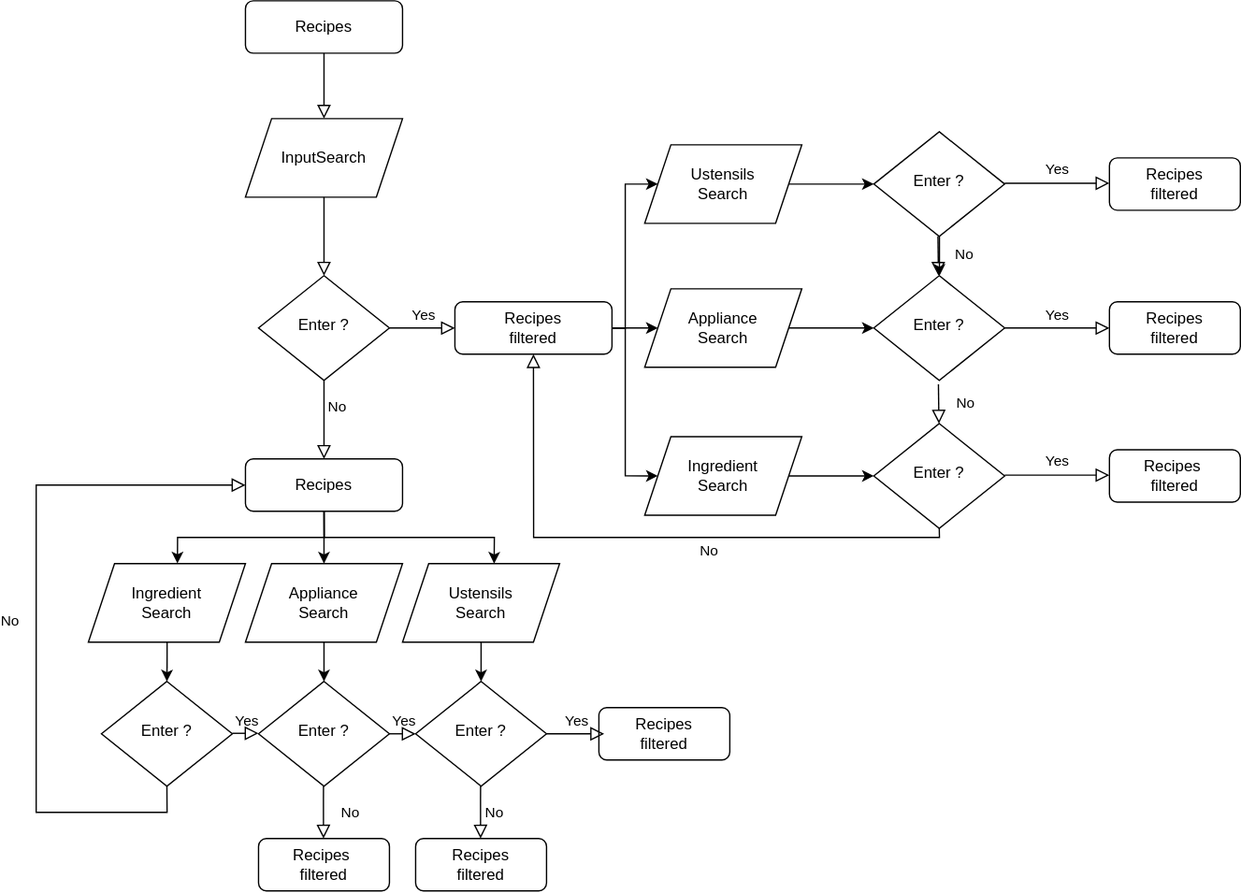
This is P7algorigram.svg from jsr029/Rakotonirina_JeanSebastien_7_18122021, a draw.io export, as it was before one commit. Source tidied: cells renumbered, new cells last; positions are measured from the earlier drawing's top-left corner, leaving out a move shared by most shapes.
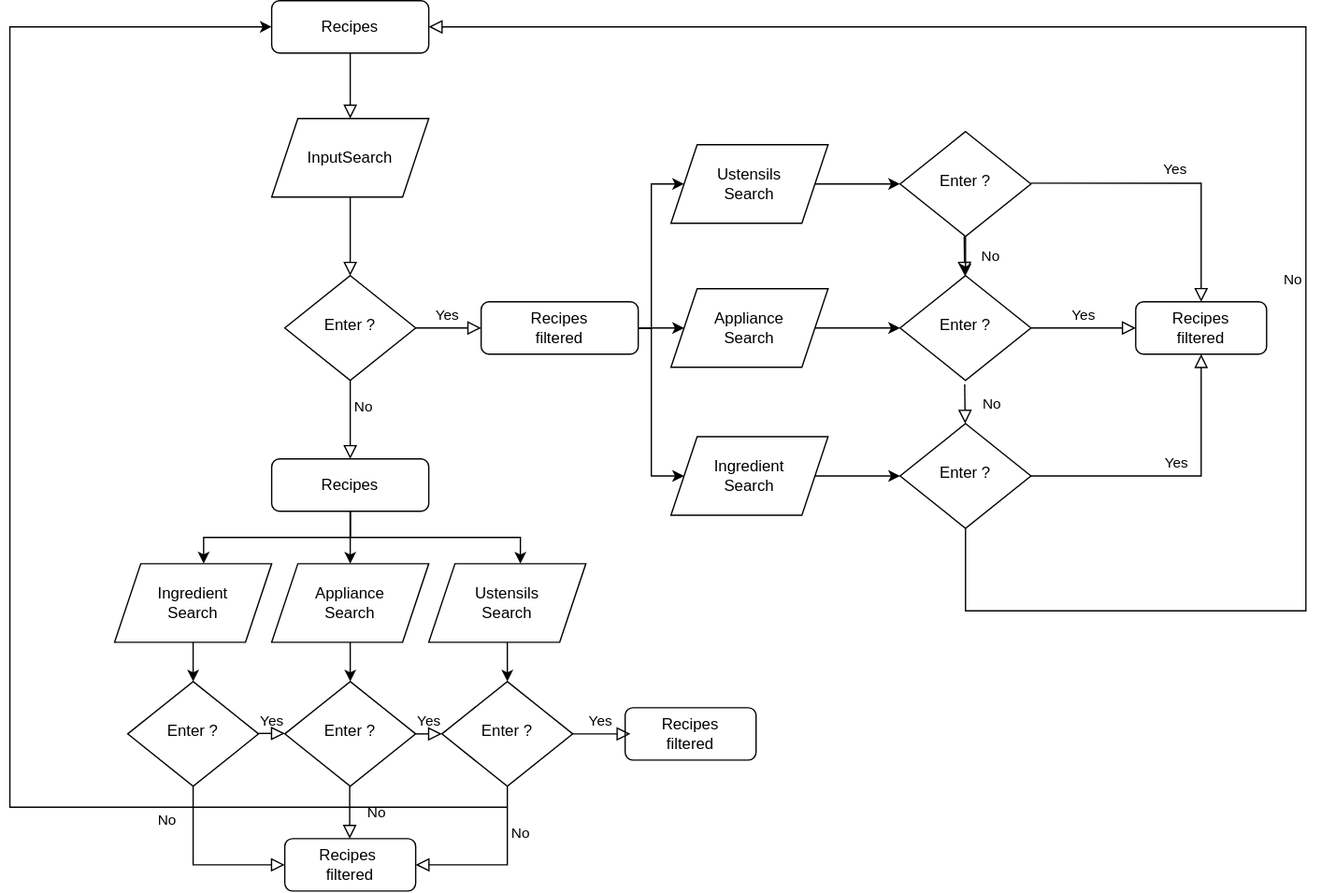
Above is the later version.

What changed in the source:
```diff
@@ -84,15 +84,6 @@
     <mxCell id="25" value="Enter ?" style="rhombus;whiteSpace=wrap;html=1;shadow=0;fontFamily=Helvetica;fontSize=12;align=center;strokeWidth=1;spacing=6;spacingTop=-4;" parent="1" vertex="1">
       <mxGeometry x="290" y="520" width="100" height="80" as="geometry" />
     </mxCell>
-    <mxCell id="26" value="No" style="edgeStyle=orthogonalEdgeStyle;rounded=0;html=1;jettySize=auto;fontSize=11;endArrow=block;endFill=0;endSize=8;strokeWidth=1;shadow=0;labelBackgroundColor=none;exitX=0.5;exitY=1;exitDx=0;exitDy=0;entryX=0;entryY=0.5;entryDx=0;entryDy=0;" parent="1" edge="1" source="23" target="10">
-      <mxGeometry y="20" relative="1" as="geometry">
-        <Array as="points">
-          <mxPoint x="100" y="620" />
-          <mxPoint y="620" />
-          <mxPoint y="370" />
-        </Array>
-      </mxGeometry>
-    </mxCell>
     <mxCell id="27" value="Recipes&amp;nbsp;&lt;br&gt;filtered" style="rounded=1;whiteSpace=wrap;html=1;fontSize=12;glass=0;strokeWidth=1;shadow=0;" parent="1" vertex="1">
       <mxGeometry x="170" y="640" width="100" height="40" as="geometry" />
     </mxCell>
@@ -106,16 +97,10 @@
         </Array>
       </mxGeometry>
     </mxCell>
-    <mxCell id="29" value="Recipes&lt;br&gt;filtered" style="rounded=1;whiteSpace=wrap;html=1;fontSize=12;glass=0;strokeWidth=1;shadow=0;" parent="1" vertex="1">
-      <mxGeometry x="290" y="640" width="100" height="40" as="geometry" />
-    </mxCell>
-    <mxCell id="30" value="No" style="edgeStyle=orthogonalEdgeStyle;rounded=0;html=1;jettySize=auto;orthogonalLoop=1;fontSize=11;endArrow=block;endFill=0;endSize=8;strokeWidth=1;shadow=0;labelBackgroundColor=none;exitX=0.5;exitY=1;exitDx=0;exitDy=0;entryX=0.5;entryY=0;entryDx=0;entryDy=0;" parent="1" edge="1">
-      <mxGeometry y="10" relative="1" as="geometry">
-        <mxPoint x="339.6" y="600" as="sourcePoint" />
-        <mxPoint x="339.6" y="640" as="targetPoint" />
+    <mxCell id="30" value="No" style="edgeStyle=orthogonalEdgeStyle;rounded=0;html=1;jettySize=auto;fontSize=11;endArrow=block;endFill=0;endSize=8;strokeWidth=1;shadow=0;labelBackgroundColor=none;exitX=0.5;exitY=1;exitDx=0;exitDy=0;entryX=1;entryY=0.5;entryDx=0;entryDy=0;" parent="1" edge="1" source="25" target="27">
+      <mxGeometry x="-0.45" y="10" relative="1" as="geometry">
         <Array as="points">
-          <mxPoint x="339.6" y="610" />
-          <mxPoint x="339.6" y="610" />
+          <mxPoint x="340" y="660" />
         </Array>
       </mxGeometry>
     </mxCell>
@@ -166,17 +151,15 @@
     <mxCell id="44" value="Enter ?" style="rhombus;whiteSpace=wrap;html=1;shadow=0;fontFamily=Helvetica;fontSize=12;align=center;strokeWidth=1;spacing=6;spacingTop=-4;" parent="1" vertex="1">
       <mxGeometry x="640" y="100" width="100" height="80" as="geometry" />
     </mxCell>
-    <mxCell id="45" value="No" style="edgeStyle=orthogonalEdgeStyle;rounded=0;html=1;jettySize=auto;fontSize=11;endArrow=block;endFill=0;endSize=8;strokeWidth=1;shadow=0;labelBackgroundColor=none;exitX=0.5;exitY=1;exitDx=0;exitDy=0;entryX=0.5;entryY=1;entryDx=0;entryDy=0;" parent="1" edge="1" source="41" target="14">
+    <mxCell id="45" value="No" style="edgeStyle=orthogonalEdgeStyle;rounded=0;html=1;jettySize=auto;fontSize=11;endArrow=block;endFill=0;endSize=8;strokeWidth=1;shadow=0;labelBackgroundColor=none;exitX=0.5;exitY=1;exitDx=0;exitDy=0;entryX=1;entryY=0.5;entryDx=0;entryDy=0;" parent="1" edge="1" source="41" target="3">
       <mxGeometry x="-0.2" y="10" relative="1" as="geometry">
         <Array as="points">
-          <mxPoint x="690" y="410" />
-          <mxPoint x="380" y="410" />
+          <mxPoint x="690" y="466" />
+          <mxPoint x="950" y="466" />
+          <mxPoint x="950" y="20" />
         </Array>
       </mxGeometry>
     </mxCell>
-    <mxCell id="46" value="Recipes&amp;nbsp;&lt;br&gt;filtered" style="rounded=1;whiteSpace=wrap;html=1;fontSize=12;glass=0;strokeWidth=1;shadow=0;" parent="1" vertex="1">
-      <mxGeometry x="820" y="343" width="100" height="40" as="geometry" />
-    </mxCell>
     <mxCell id="47" value="No" style="edgeStyle=orthogonalEdgeStyle;rounded=0;html=1;jettySize=auto;orthogonalLoop=1;fontSize=11;endArrow=block;endFill=0;endSize=8;strokeWidth=1;shadow=0;labelBackgroundColor=none;entryX=0.5;entryY=0;entryDx=0;entryDy=0;" parent="1" edge="1">
       <mxGeometry y="20" relative="1" as="geometry">
         <mxPoint x="689" y="180" as="sourcePoint" />
@@ -193,9 +176,6 @@
     <mxCell id="49" value="Yes" style="edgeStyle=orthogonalEdgeStyle;rounded=0;html=1;jettySize=auto;fontSize=11;endArrow=block;endFill=0;endSize=8;strokeWidth=1;shadow=0;labelBackgroundColor=none;exitX=1;exitY=0.5;exitDx=0;exitDy=0;" parent="1" edge="1" source="42" target="48">
       <mxGeometry y="10" relative="1" as="geometry" />
     </mxCell>
-    <mxCell id="50" value="Recipes&lt;br&gt;filtered" style="rounded=1;whiteSpace=wrap;html=1;fontSize=12;glass=0;strokeWidth=1;shadow=0;" parent="1" vertex="1">
-      <mxGeometry x="820" y="120" width="100" height="40" as="geometry" />
-    </mxCell>
     <mxCell id="51" value="No" style="edgeStyle=orthogonalEdgeStyle;rounded=0;html=1;jettySize=auto;orthogonalLoop=1;fontSize=11;endArrow=block;endFill=0;endSize=8;strokeWidth=1;shadow=0;labelBackgroundColor=none;entryX=0.5;entryY=0;entryDx=0;entryDy=0;" parent="1" edge="1">
       <mxGeometry y="20" relative="1" as="geometry">
         <mxPoint x="689.4" y="293" as="sourcePoint" />
@@ -206,17 +186,30 @@
         </Array>
       </mxGeometry>
     </mxCell>
-    <mxCell id="52" value="Yes" style="edgeStyle=orthogonalEdgeStyle;rounded=0;html=1;jettySize=auto;orthogonalLoop=1;fontSize=11;endArrow=block;endFill=0;endSize=8;strokeWidth=1;shadow=0;labelBackgroundColor=none;exitX=1;exitY=0.5;exitDx=0;exitDy=0;" parent="1" edge="1">
-      <mxGeometry y="10" relative="1" as="geometry">
-        <mxPoint x="740" y="362.4" as="sourcePoint" />
-        <mxPoint x="820" y="362.4" as="targetPoint" />
-      </mxGeometry>
+    <mxCell id="52" value="Yes" style="edgeStyle=orthogonalEdgeStyle;rounded=0;html=1;jettySize=auto;fontSize=11;endArrow=block;endFill=0;endSize=8;strokeWidth=1;shadow=0;labelBackgroundColor=none;exitX=1;exitY=0.5;exitDx=0;exitDy=0;entryX=0.5;entryY=1;entryDx=0;entryDy=0;" parent="1" edge="1" source="41" target="48">
+      <mxGeometry y="10" relative="1" as="geometry" />
     </mxCell>
-    <mxCell id="53" value="Yes" style="edgeStyle=orthogonalEdgeStyle;rounded=0;html=1;jettySize=auto;orthogonalLoop=1;fontSize=11;endArrow=block;endFill=0;endSize=8;strokeWidth=1;shadow=0;labelBackgroundColor=none;exitX=1;exitY=0.5;exitDx=0;exitDy=0;" parent="1" edge="1">
+    <mxCell id="53" value="Yes" style="edgeStyle=orthogonalEdgeStyle;rounded=0;html=1;jettySize=auto;fontSize=11;endArrow=block;endFill=0;endSize=8;strokeWidth=1;shadow=0;labelBackgroundColor=none;exitX=1;exitY=0.5;exitDx=0;exitDy=0;entryX=0.5;entryY=0;entryDx=0;entryDy=0;" parent="1" edge="1" target="48">
       <mxGeometry y="10" relative="1" as="geometry">
         <mxPoint x="740" y="139.4" as="sourcePoint" />
-        <mxPoint x="820" y="139.4" as="targetPoint" />
       </mxGeometry>
     </mxCell>
+    <mxCell id="26" value="No" style="edgeStyle=orthogonalEdgeStyle;rounded=0;html=1;jettySize=auto;fontSize=11;endArrow=block;endFill=0;endSize=8;strokeWidth=1;shadow=0;labelBackgroundColor=none;exitX=0.5;exitY=1;exitDx=0;exitDy=0;entryX=0;entryY=0.5;entryDx=0;entryDy=0;" parent="1" edge="1" source="23" target="27">
+      <mxGeometry x="-0.6" y="-20" relative="1" as="geometry">
+        <Array as="points">
+          <mxPoint x="100" y="660" />
+        </Array>
+      </mxGeometry>
+    </mxCell>
+    <mxCell id="54" style="endArrow=classic;html=1;rounded=0;entryX=0;entryY=0.5;entryDx=0;entryDy=0;" parent="1" edge="1" target="3">
+      <mxGeometry relative="1" as="geometry">
+        <mxPoint x="340" y="616" as="sourcePoint" />
+        <Array as="points">
+          <mxPoint x="-40" y="616" />
+          <mxPoint x="-40" y="370" />
+          <mxPoint x="-40" y="20" />
+        </Array>
+      </mxGeometry>
+    </mxCell>
   </root>
 </mxGraphModel>
```
